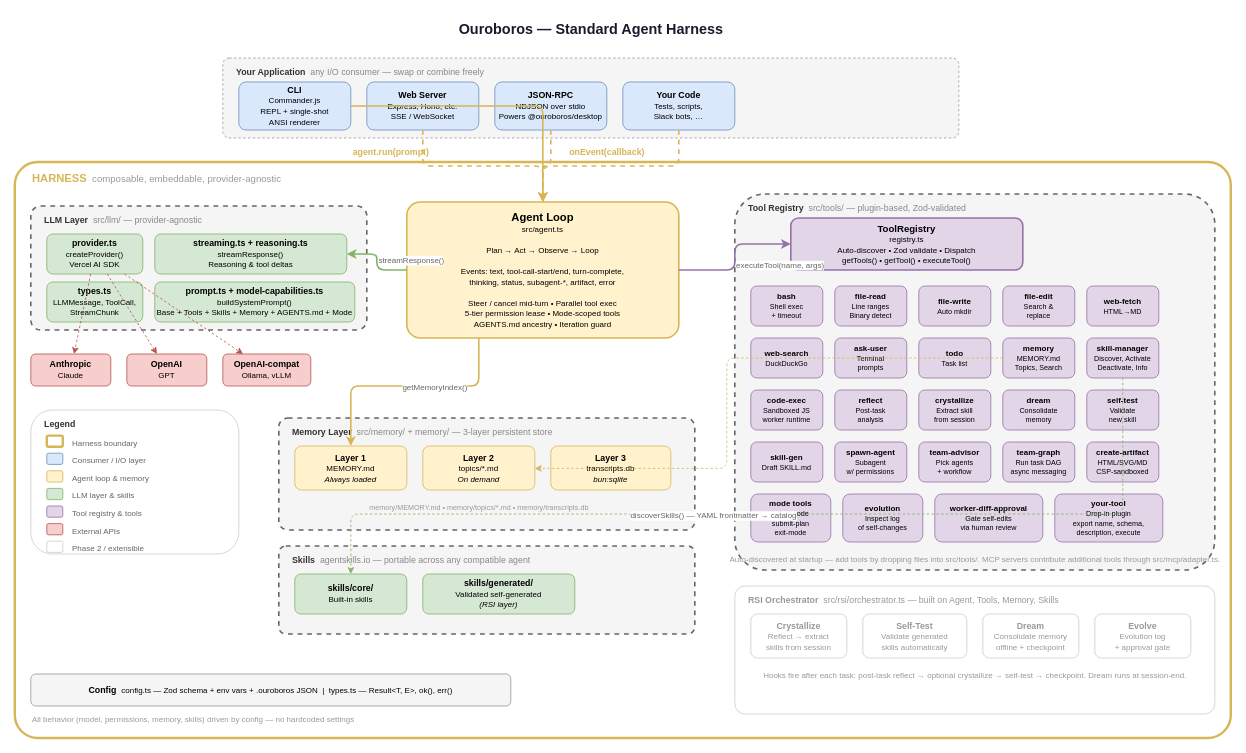
Before: docs/agentharness-arch.drawio in secondorderai/ouroboros, a draw.io diagram. Source tidied: cells renumbered, new cells numbered last; positions are measured from the earlier drawing's top-left corner, leaving out a move shared by most shapes. Both pictures are drawn from the tidied source at 80%, with x=0, y=0 at pixel (14, 14).
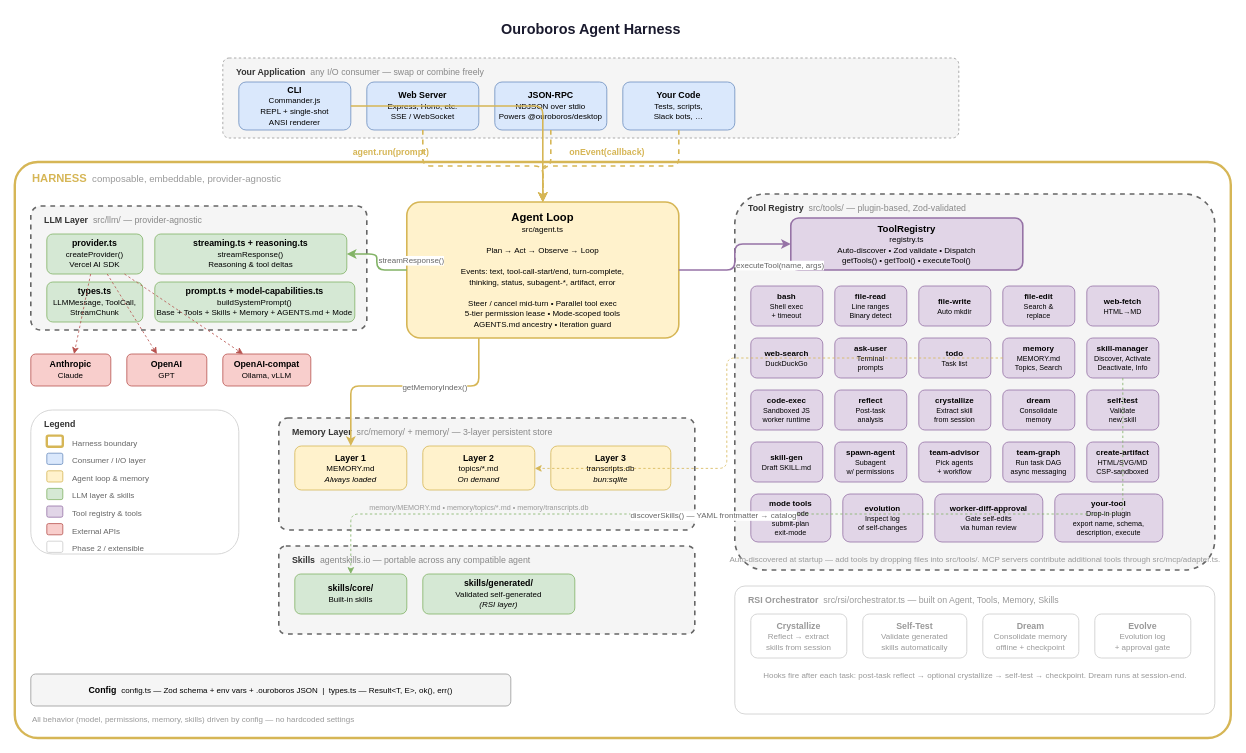
After the change.

Commit message (it also covers changes not shown here):
docs update examples and architecture diagrams

Change to the diagram source:
```diff
@@
-    <mxCell id="2" value="&lt;b&gt;Ouroboros — Standard Agent Harness&lt;/b&gt;" style="text;html=1;align=center;verticalAlign=middle;fontSize=18;fontColor=#1a1a2e;" parent="1" vertex="1">
+    <mxCell id="2" value="&lt;b&gt;Ouroboros Agent Harness&lt;/b&gt;" style="text;html=1;align=center;verticalAlign=middle;fontSize=18;fontColor=#1a1a2e;" parent="1" vertex="1">
       <mxGeometry x="480" width="480" height="40" as="geometry" />
     </mxCell>
```
